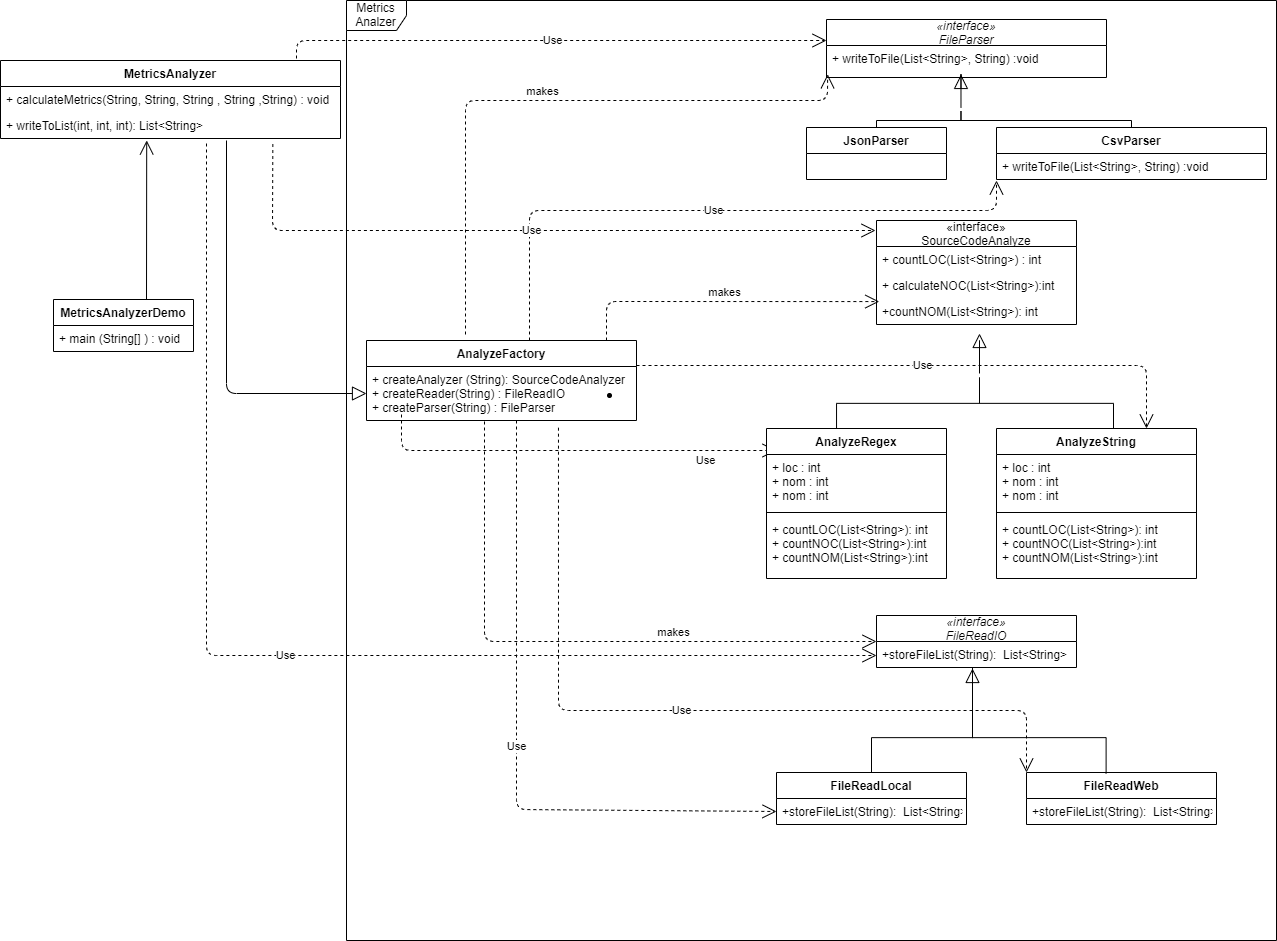
iasonasma/seipassignment keeps this draw.io diagram as analyzermetrics/classdiagram.png. Above is the earlier version. Source tidied: cells renumbered, new cells last; positions are measured from the earlier drawing's top-left corner, leaving out a move shared by most shapes.
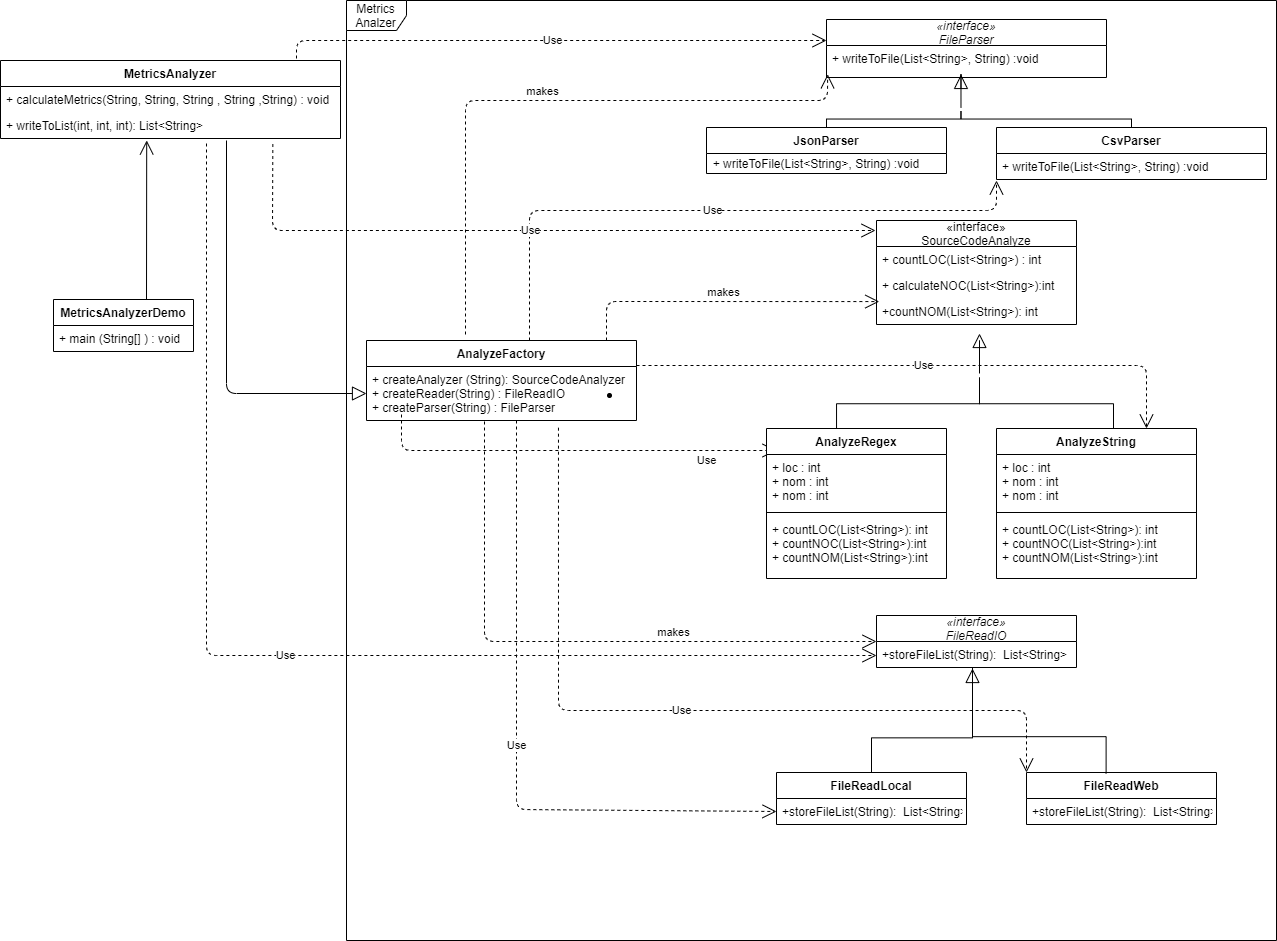
Later version of the same file.

Diff of the diagram source:
```diff
@@ -88,7 +88,7 @@
       </mxGeometry>
     </mxCell>
     <mxCell id="19" value="JsonParser" style="swimlane;fontStyle=1;horizontal=1;startSize=26;fillColor=none;" parent="1" vertex="1">
-      <mxGeometry x="806" y="127" width="140" height="52" as="geometry" />
+      <mxGeometry x="706" y="127" width="240" height="46" as="geometry" />
     </mxCell>
     <mxCell id="20" value="CsvParser" style="swimlane;fontStyle=1;horizontal=1;startSize=26;fillColor=none;" parent="1" vertex="1">
       <mxGeometry x="996" y="127" width="270" height="52" as="geometry" />
@@ -265,5 +265,8 @@
     <mxCell id="55" value="+ countLOC(List&lt;String&gt;): int&#10;+ countNOC(List&lt;String&gt;):int&#10;+ countNOM(List&lt;String&gt;):int" style="text;strokeColor=none;fillColor=none;align=left;verticalAlign=top;spacingLeft=4;spacingRight=4;overflow=hidden;" parent="52" vertex="1">
       <mxGeometry y="88" width="200" height="62" as="geometry" />
     </mxCell>
+    <mxCell id="56" value="&lt;span style=&quot;text-align: left&quot;&gt;+ writeToFile(List&amp;lt;String&amp;gt;, String) :void&lt;/span&gt;" style="text;html=1;strokeColor=none;fillColor=none;align=center;verticalAlign=middle;whiteSpace=wrap;rounded=0;" parent="1" vertex="1">
+      <mxGeometry x="696" y="153" width="240" height="20" as="geometry" />
+    </mxCell>
   </root>
 </mxGraphModel>
```
